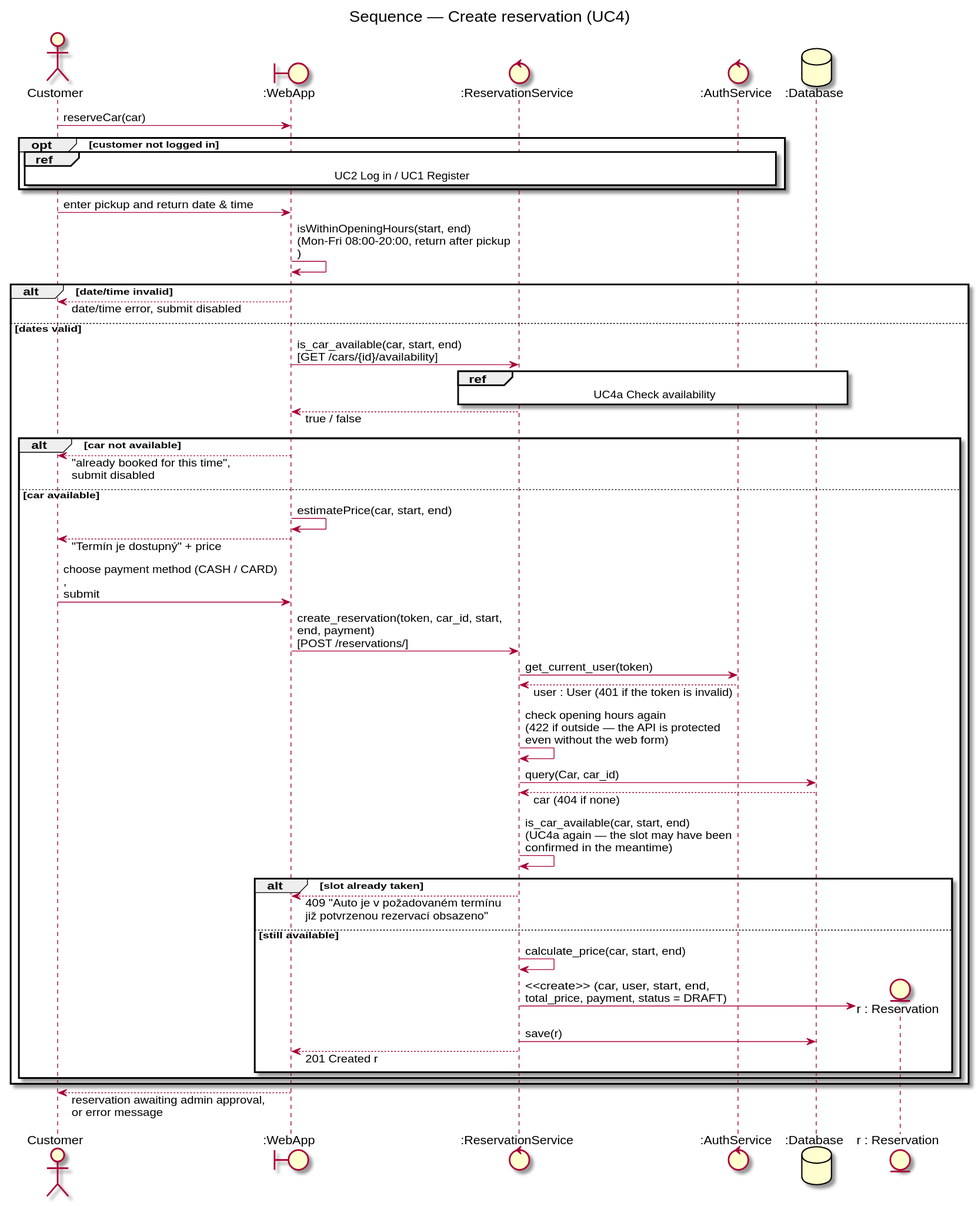
The PlantUML diagram docs/diagrams/sequence-make-reservation.svg in DavidMagyarics/CarRentalVSB, before a commit.
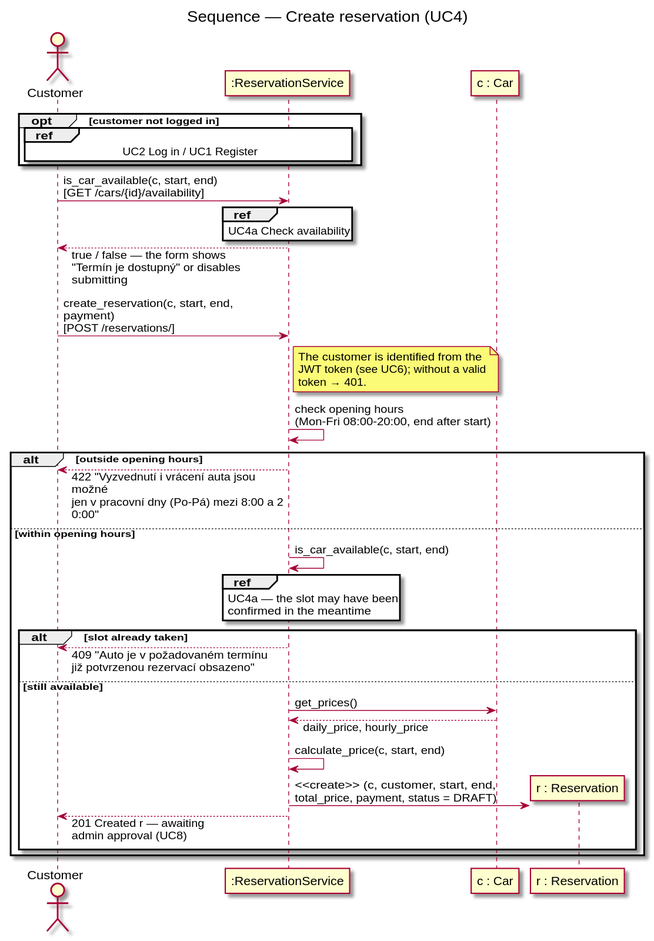
After the change.

The edit, as a diff of the source:
```diff
@@ -4,51 +4,40 @@
 skinparam maxMessageSize 260
 title Sequence — Create reservation (UC4)
 actor Customer
-boundary ":WebApp" as Web
-control ":ReservationService" as Res
-control ":AuthService" as Auth
-database ":Database" as DB
-entity "r : Reservation" as R
+participant ":ReservationService" as Res
+participant "c : Car" as C
+participant "r : Reservation" as R
 
-Customer -> Web : reserveCar(car)
 opt customer not logged in
-  ref over Customer, Web, Auth : UC2 Log in / UC1 Register
+  ref over Customer, Res : UC2 Log in / UC1 Register
 end
-Customer -> Web : enter pickup and return date & time
-Web -> Web : isWithinOpeningHours(start, end)\n(Mon-Fri 08:00-20:00, return after pickup)
 
-alt date/time invalid
-  Web --> Customer : date/time error, submit disabled
-else dates valid
-  Web -> Res : is_car_available(car, start, end)\n[GET /cars/{id}/availability]
-  ref over Res, DB : UC4a Check availability
-  Res --> Web : true / false
+Customer -> Res : is_car_available(c, start, end)\n[GET /cars/{id}/availability]
+ref over Res : UC4a Check availability
+Res --> Customer : true / false — the form shows\n"Termín je dostupný" or disables submitting
 
-  alt car not available
-    Web --> Customer : "already booked for this time",\nsubmit disabled
-  else car available
-    Web -> Web : estimatePrice(car, start, end)
-    Web --> Customer : "Termín je dostupný" + price
-    Customer -> Web : choose payment method (CASH / CARD),\nsubmit
-    Web -> Res : create_reservation(token, car_id, start, end, payment)\n[POST /reservations/]
-    Res -> Auth : get_current_user(token)
-    Auth --> Res : user : User (401 if the token is invalid)
-    Res -> Res : check opening hours again\n(422 if outside — the API is protected\neven without the web form)
-    Res -> DB : query(Car, car_id)
-    DB --> Res : car (404 if none)
-    Res -> Res : is_car_available(car, start, end)\n(UC4a again — the slot may have been\nconfirmed in the meantime)
+Customer -> Res : create_reservation(c, start, end, payment)\n[POST /reservations/]
+note right of Res
+  The customer is identified from the
+  JWT token (see UC6); without a valid
+  token → 401.
+end note
+Res -> Res : check opening hours\n(Mon-Fri 08:00-20:00, end after start)
 
-    alt slot already taken
-      Res --> Web : 409 "Auto je v požadovaném termínu\njiž potvrzenou rezervací obsazeno"
-    else still available
-      Res -> Res : calculate_price(car, start, end)
-      create R
-      Res -> R : <<create>> (car, user, start, end,\ntotal_price, payment, status = DRAFT)
-      Res -> DB : save(r)
-      Res --> Web : 201 Created r
-    end
+alt outside opening hours
+  Res --> Customer : 422 "Vyzvednutí i vrácení auta jsou možné\njen v pracovní dny (Po-Pá) mezi 8:00 a 20:00"
+else within opening hours
+  Res -> Res : is_car_available(c, start, end)
+  ref over Res : UC4a — the slot may have been\nconfirmed in the meantime
+  alt slot already taken
+    Res --> Customer : 409 "Auto je v požadovaném termínu\njiž potvrzenou rezervací obsazeno"
+  else still available
+    Res -> C : get_prices()
+    C --> Res : daily_price, hourly_price
+    Res -> Res : calculate_price(c, start, end)
+    create R
+    Res -> R : <<create>> (c, customer, start, end,\ntotal_price, payment, status = DRAFT)
+    Res --> Customer : 201 Created r — awaiting\nadmin approval (UC8)
   end
 end
-
-Web --> Customer : reservation awaiting admin approval,\nor error message
 @enduml
```
